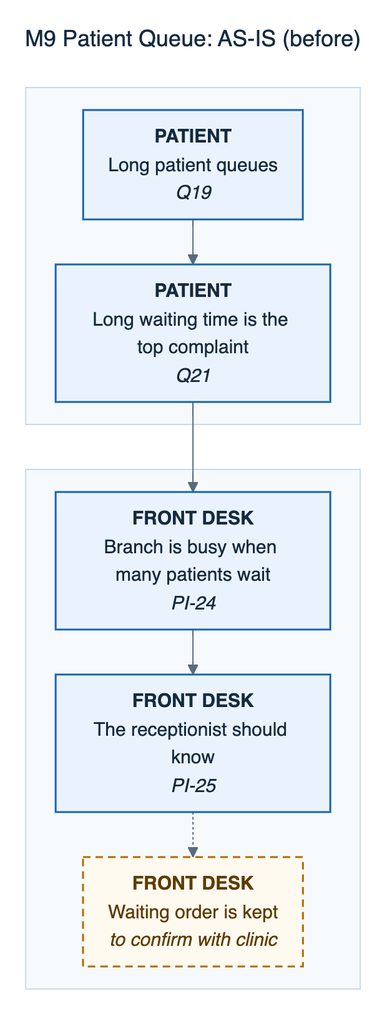
0phem/multibranch-dental-clinic keeps this Mermaid diagram as docs/defense/diagrams/png/M9-patient-queue-as-is.png. Above is the earlier version. Its source is kept beside it as docs/defense/diagrams/M9-patient-queue-as-is.mmd.
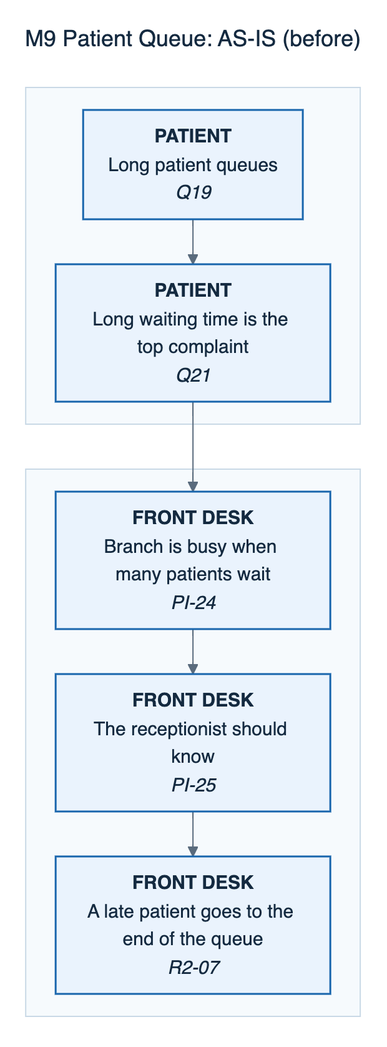
After the change.

The edit, as a diff of the source:
```diff
@@ -11,12 +11,12 @@
     direction LR
       S2["<b>FRONT DESK</b><br/>Branch is busy when many patients wait<br/><i>PI-24</i>"]:::cited
       S3["<b>FRONT DESK</b><br/>The receptionist should know<br/><i>PI-25</i>"]:::cited
-      S4["<b>FRONT DESK</b><br/>Waiting order is kept<br/><i>to confirm with clinic</i>"]:::confirm
+      S4["<b>FRONT DESK</b><br/>A late patient goes to the end of the queue<br/><i>R2-07</i>"]:::cited
     end
     S0 --> S1
     S1 --> S2
     S2 --> S3
-    S3 -.-> S4
+    S3 --> S4
     classDef cited fill:#eaf3fd,stroke:#1865ac,color:#142a40,stroke-width:1.5px
     classDef confirm fill:#fffaf0,stroke:#b26a00,color:#5e3c00,stroke-width:1.5px,stroke-dasharray:6 4
     classDef auto fill:#e6f5ee,stroke:#0c7f75,color:#0f3d33,stroke-width:1.5px
```
